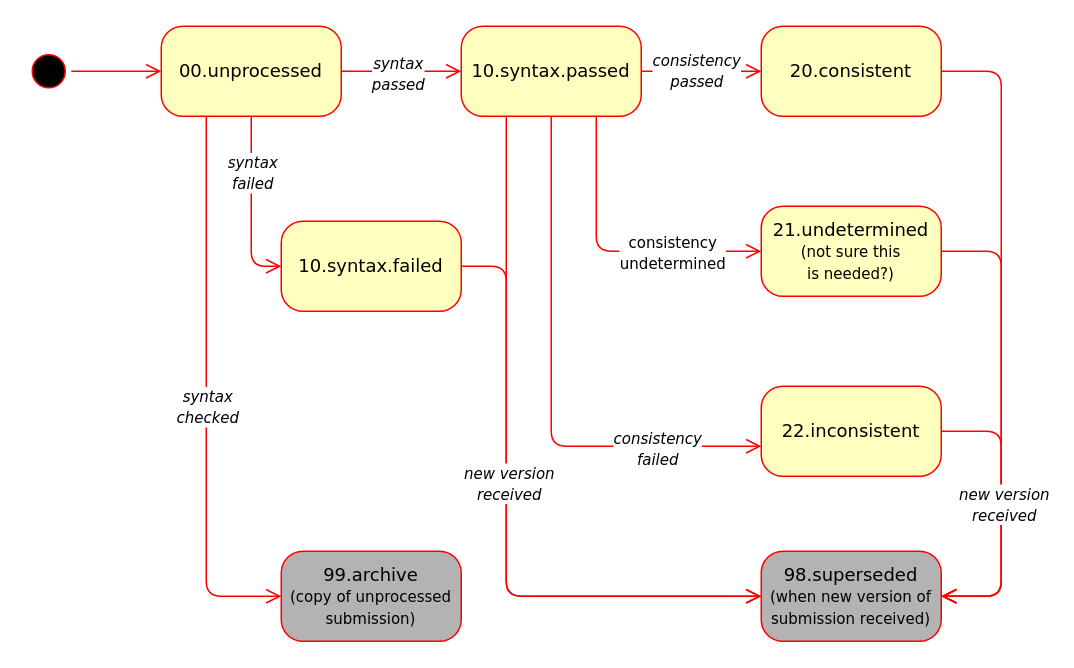
Earlier version of the draw.io diagram submission_statechart.drawio (frankcnng/consistency). Source tidied: cells renumbered, new cells numbered last; positions are measured from the earlier drawing's top-left corner, leaving out a move shared by most shapes. Both pictures are drawn from the tidied source at 150%, with x=0, y=0 at pixel (26, 26).
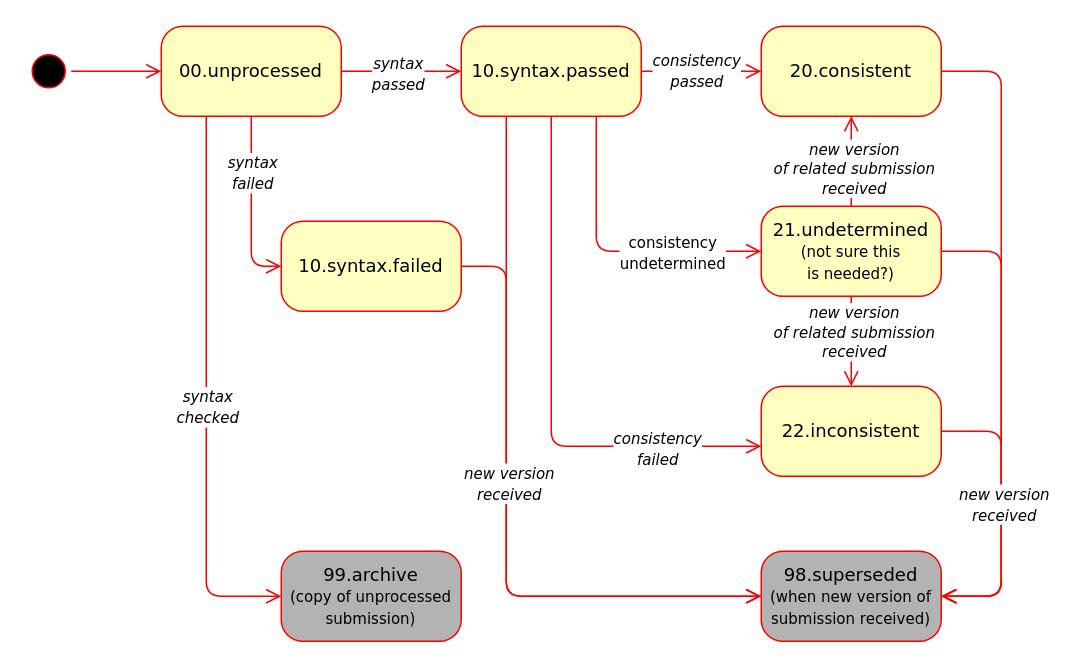
The same page after the edit.

The change refers to these unchanged cells:
```xml
<mxCell id="3" value="22.inconsistent" style="rounded=1;whiteSpace=wrap;html=1;arcSize=24;fillColor=#ffffc0;strokeColor=#ff0000;shadow=0;comic=0;labelBackgroundColor=none;fontFamily=Verdana;fontSize=12;fontColor=#000000;align=center;" parent="1" vertex="1">
  <mxGeometry x="490" y="240" width="120" height="60" as="geometry" />
</mxCell>
<mxCell id="10" value="20.consistent" style="rounded=1;whiteSpace=wrap;html=1;arcSize=24;fillColor=#ffffc0;strokeColor=#ff0000;shadow=0;comic=0;labelBackgroundColor=none;fontFamily=Verdana;fontSize=12;fontColor=#000000;align=center;" parent="1" vertex="1">
  <mxGeometry x="490" width="120" height="60" as="geometry" />
</mxCell>
<mxCell id="11" value="21.undetermined &lt;font style=&quot;font-size: 10px;&quot;&gt;(not sure this&lt;br&gt;is needed?)&lt;/font&gt;" style="rounded=1;whiteSpace=wrap;html=1;arcSize=24;fillColor=#ffffc0;strokeColor=#ff0000;shadow=0;comic=0;labelBackgroundColor=none;fontFamily=Verdana;fontSize=12;fontColor=#000000;align=center;" parent="1" vertex="1">
  <mxGeometry x="490" y="120" width="120" height="60" as="geometry" />
</mxCell>
```

What changed in the source:
```diff
@@
+    <mxCell id="31" style="edgeStyle=orthogonalEdgeStyle;html=1;labelBackgroundColor=none;endArrow=open;endSize=8;strokeColor=#ff0000;fontFamily=Verdana;fontSize=12;align=left;" parent="1" edge="1" source="11" target="10">
+      <mxGeometry relative="1" as="geometry">
+        <Array as="points">
+          <mxPoint x="550" y="110" />
+          <mxPoint x="550" y="110" />
+        </Array>
+      </mxGeometry>
+    </mxCell>
+    <mxCell id="32" value="&lt;font face=&quot;Verdana&quot; style=&quot;font-size: 10px;&quot;&gt;&lt;i&gt;new version&lt;br&gt;of related submission&lt;br&gt;&lt;/i&gt;&lt;/font&gt;&lt;div&gt;&lt;font face=&quot;Verdana&quot; style=&quot;font-size: 10px;&quot;&gt;&lt;i&gt;received&lt;/i&gt;&lt;/font&gt;&lt;/div&gt;" style="edgeLabel;html=1;align=center;verticalAlign=middle;" parent="31" vertex="1">
+      <mxGeometry x="0.3" y="-2" relative="1" as="geometry">
+        <mxPoint x="-1" y="13" as="offset" />
+      </mxGeometry>
+    </mxCell>
+    <mxCell id="33" style="edgeStyle=orthogonalEdgeStyle;html=1;labelBackgroundColor=none;endArrow=open;endSize=8;strokeColor=#ff0000;fontFamily=Verdana;fontSize=12;align=left;exitX=0.5;exitY=1;exitDx=0;exitDy=0;entryX=0.5;entryY=0;entryDx=0;entryDy=0;" parent="1" edge="1" source="11" target="3">
+      <mxGeometry relative="1" as="geometry">
+        <Array as="points">
+          <mxPoint x="550" y="210" />
+          <mxPoint x="550" y="210" />
+        </Array>
+      </mxGeometry>
+    </mxCell>
+    <mxCell id="34" value="&lt;font face=&quot;Verdana&quot; style=&quot;font-size: 10px;&quot;&gt;&lt;i&gt;new version&lt;br&gt;of related submission&lt;br&gt;&lt;/i&gt;&lt;/font&gt;&lt;div&gt;&lt;font face=&quot;Verdana&quot; style=&quot;font-size: 10px;&quot;&gt;&lt;i&gt;received&lt;/i&gt;&lt;/font&gt;&lt;/div&gt;" style="edgeLabel;html=1;align=center;verticalAlign=middle;" parent="33" vertex="1">
+      <mxGeometry x="0.3" y="-2" relative="1" as="geometry">
+        <mxPoint x="3" y="-16" as="offset" />
+      </mxGeometry>
+    </mxCell>
```
